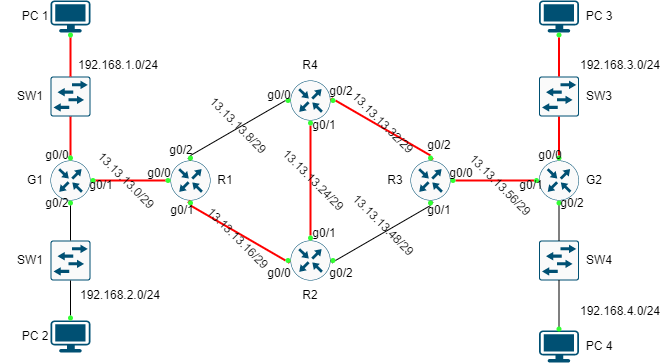
Before: network_engineer_dream/experiment/MPLS_config/img/topology.png, a diagram exported from draw.io (zauzooz/blog_zauzooz). Source tidied: cells renumbered, new cells last; positions are measured from the earlier drawing's top-left corner, leaving out a move shared by most shapes.
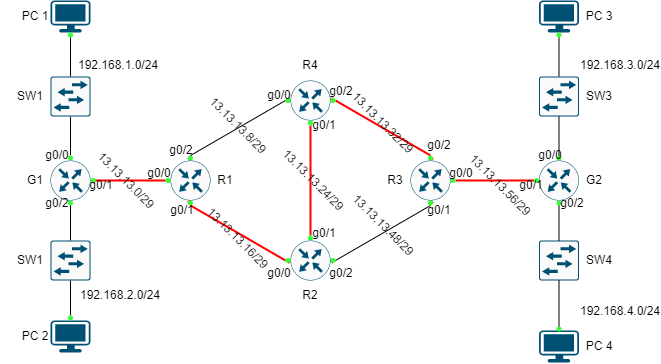
The same diagram one commit later.

Change to the diagram source:
```diff
@@ -92,7 +92,7 @@
     <mxCell id="31" value="SW3" style="text;html=1;strokeColor=none;fillColor=none;align=center;verticalAlign=middle;whiteSpace=wrap;rounded=0;" parent="29" vertex="1">
       <mxGeometry x="30" y="5" width="60" height="30" as="geometry" />
     </mxCell>
-    <mxCell id="32" style="endArrow=none;html=1;rounded=0;exitX=0.5;exitY=0;exitDx=0;exitDy=0;exitPerimeter=0;entryX=0.5;entryY=1;entryDx=0;entryDy=0;entryPerimeter=0;strokeColor=#FF0000;strokeWidth=2;" parent="1" edge="1" source="63" target="27">
+    <mxCell id="32" style="endArrow=none;html=1;rounded=0;exitX=0.5;exitY=0;exitDx=0;exitDy=0;exitPerimeter=0;entryX=0.5;entryY=1;entryDx=0;entryDy=0;entryPerimeter=0;strokeColor=#000000;strokeWidth=1;" parent="1" edge="1" source="63" target="27">
       <mxGeometry relative="1" as="geometry" />
     </mxCell>
     <mxCell id="33" style="endArrow=none;html=1;rounded=0;exitX=1;exitY=0.5;exitDx=0;exitDy=0;exitPerimeter=0;entryX=0;entryY=0.5;entryDx=0;entryDy=0;entryPerimeter=0;strokeColor=#FF0000;strokeWidth=2;" parent="1" edge="1" source="59" target="9">
@@ -101,7 +101,7 @@
     <mxCell id="34" style="endArrow=none;html=1;rounded=0;exitX=1;exitY=0.5;exitDx=0;exitDy=0;exitPerimeter=0;entryX=0;entryY=0.5;entryDx=0;entryDy=0;entryPerimeter=0;strokeWidth=2;strokeColor=#FF0000;" parent="1" edge="1" source="87" target="37">
       <mxGeometry relative="1" as="geometry" />
     </mxCell>
-    <mxCell id="35" style="endArrow=none;html=1;rounded=0;exitX=0.5;exitY=0;exitDx=0;exitDy=0;exitPerimeter=0;entryX=0.5;entryY=1;entryDx=0;entryDy=0;entryPerimeter=0;strokeWidth=2;strokeColor=#FF0000;" parent="1" edge="1" source="89" target="30">
+    <mxCell id="35" style="endArrow=none;html=1;rounded=0;exitX=0.5;exitY=0;exitDx=0;exitDy=0;exitPerimeter=0;entryX=0.5;entryY=1;entryDx=0;entryDy=0;entryPerimeter=0;strokeWidth=1;strokeColor=#000000;" parent="1" edge="1" source="89" target="30">
       <mxGeometry relative="1" as="geometry" />
     </mxCell>
     <mxCell id="36" style="group;" parent="1" vertex="1">
@@ -278,7 +278,7 @@
     <mxCell id="93" style="ellipse;whiteSpace=wrap;html=1;strokeColor=none;fillColor=#33FF33;" parent="1" vertex="1">
       <mxGeometry x="556" y="200" width="5" height="5" as="geometry" />
     </mxCell>
-    <mxCell id="94" style="endArrow=none;html=1;rounded=0;entryX=0.5;entryY=1;entryDx=0;entryDy=0;entryPerimeter=0;exitX=0.5;exitY=0;exitDx=0;exitDy=0;exitPerimeter=0;strokeColor=#FF0000;strokeWidth=2;" parent="1" edge="1" source="27" target="95">
+    <mxCell id="94" style="endArrow=none;html=1;rounded=0;entryX=0.5;entryY=1;entryDx=0;entryDy=0;entryPerimeter=0;exitX=0.5;exitY=0;exitDx=0;exitDy=0;exitPerimeter=0;strokeColor=#000000;strokeWidth=1;" parent="1" edge="1" source="27" target="95">
       <mxGeometry relative="1" as="geometry" />
     </mxCell>
     <mxCell id="95" style="ellipse;whiteSpace=wrap;html=1;strokeColor=none;fillColor=#33FF33;" parent="1" vertex="1">
@@ -290,7 +290,7 @@
     <mxCell id="97" style="ellipse;whiteSpace=wrap;html=1;strokeColor=none;fillColor=#33FF33;" parent="1" vertex="1">
       <mxGeometry x="67.5" y="315" width="5" height="5" as="geometry" />
     </mxCell>
-    <mxCell id="98" style="endArrow=none;html=1;rounded=0;exitX=0.5;exitY=0;exitDx=0;exitDy=0;exitPerimeter=0;entryX=0.5;entryY=1;entryDx=0;entryDy=0;entryPerimeter=0;strokeWidth=2;strokeColor=#FF0000;" parent="1" edge="1" source="30" target="99">
+    <mxCell id="98" style="endArrow=none;html=1;rounded=0;exitX=0.5;exitY=0;exitDx=0;exitDy=0;exitPerimeter=0;entryX=0.5;entryY=1;entryDx=0;entryDy=0;entryPerimeter=0;strokeWidth=1;strokeColor=#000000;" parent="1" edge="1" source="30" target="99">
       <mxGeometry relative="1" as="geometry" />
     </mxCell>
     <mxCell id="99" style="ellipse;whiteSpace=wrap;html=1;strokeColor=none;fillColor=#33FF33;" parent="1" vertex="1">
```
